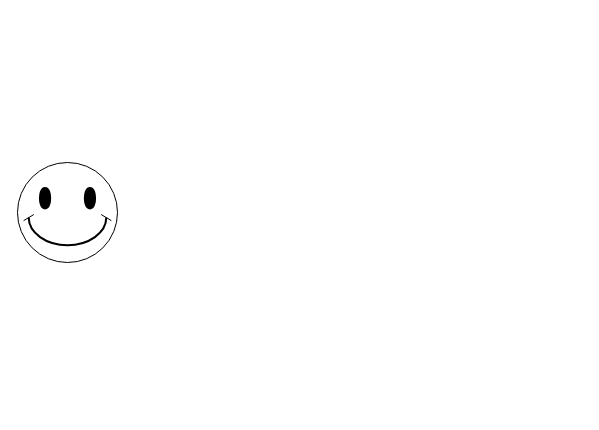
The draw.io diagram Unbenanntes Diagramm.drawio in dahoum/Nursery, before the edit. Source tidied: cells renumbered, new cells numbered last; positions are measured from the earlier drawing's top-left corner, leaving out a move shared by most shapes. Both pictures are drawn from the tidied source at 100%, with x=0, y=0 at pixel (17, 162).
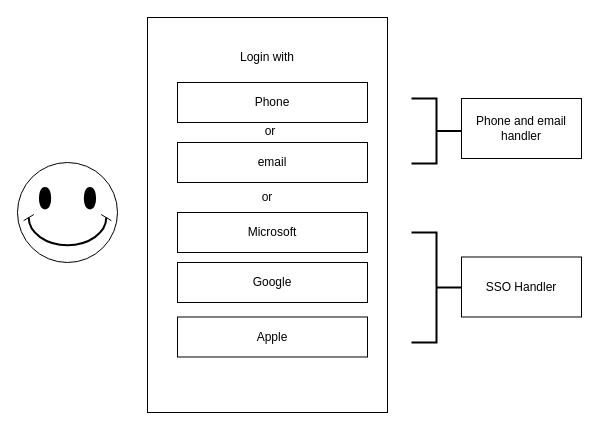
After the change.

What changed in the source:
```diff
@@
 <mxGraphModel>
   <root>
     <mxCell id="0" />
     <mxCell id="1" parent="0" />
     <mxCell id="2" style="verticalLabelPosition=bottom;verticalAlign=top;html=1;shape=mxgraph.basic.smiley;" parent="1" vertex="1">
       <mxGeometry width="100" height="100" as="geometry" />
     </mxCell>
+    <mxCell id="3" style="rounded=0;whiteSpace=wrap;html=1;" parent="1" vertex="1">
+      <mxGeometry x="130" y="-145" width="240" height="395" as="geometry" />
+    </mxCell>
+    <mxCell id="4" value="Phone" style="rounded=0;whiteSpace=wrap;html=1;" parent="1" vertex="1">
+      <mxGeometry x="160" y="-80" width="190" height="40" as="geometry" />
+    </mxCell>
+    <mxCell id="5" value="email" style="rounded=0;whiteSpace=wrap;html=1;" parent="1" vertex="1">
+      <mxGeometry x="160" y="-20" width="190" height="40" as="geometry" />
+    </mxCell>
+    <mxCell id="6" value="Microsoft" style="rounded=0;whiteSpace=wrap;html=1;" parent="1" vertex="1">
+      <mxGeometry x="160" y="50" width="190" height="40" as="geometry" />
+    </mxCell>
+    <mxCell id="7" value="Login with" style="text;html=1;align=center;verticalAlign=middle;whiteSpace=wrap;rounded=0;" parent="1" vertex="1">
+      <mxGeometry x="220" y="-120" width="60" height="30" as="geometry" />
+    </mxCell>
+    <mxCell id="8" value="or" style="text;html=1;align=center;verticalAlign=middle;whiteSpace=wrap;rounded=0;" parent="1" vertex="1">
+      <mxGeometry x="223" y="-46" width="60" height="30" as="geometry" />
+    </mxCell>
+    <mxCell id="9" value="or" style="text;html=1;align=center;verticalAlign=middle;whiteSpace=wrap;rounded=0;" parent="1" vertex="1">
+      <mxGeometry x="220" y="20" width="60" height="30" as="geometry" />
+    </mxCell>
+    <mxCell id="10" value="Google" style="rounded=0;whiteSpace=wrap;html=1;" parent="1" vertex="1">
+      <mxGeometry x="160" y="100" width="190" height="40" as="geometry" />
+    </mxCell>
+    <mxCell id="11" value="Apple" style="rounded=0;whiteSpace=wrap;html=1;" parent="1" vertex="1">
+      <mxGeometry x="160" y="154.5" width="190" height="40" as="geometry" />
+    </mxCell>
+    <mxCell id="12" style="strokeWidth=2;html=1;shape=mxgraph.flowchart.annotation_2;align=left;labelPosition=right;rotation=-180;" parent="1" vertex="1">
+      <mxGeometry x="394" y="70" width="50" height="110" as="geometry" />
+    </mxCell>
+    <mxCell id="13" value="SSO Handler" style="rounded=0;whiteSpace=wrap;html=1;" parent="1" vertex="1">
+      <mxGeometry x="444" y="94.5" width="120" height="60" as="geometry" />
+    </mxCell>
+    <mxCell id="14" style="strokeWidth=2;html=1;shape=mxgraph.flowchart.annotation_2;align=left;labelPosition=right;rotation=-180;" parent="1" vertex="1">
+      <mxGeometry x="394" y="-64" width="50" height="65" as="geometry" />
+    </mxCell>
+    <mxCell id="15" value="Phone and email handler" style="rounded=0;whiteSpace=wrap;html=1;" parent="1" vertex="1">
+      <mxGeometry x="444" y="-64" width="120" height="60" as="geometry" />
+    </mxCell>
   </root>
 </mxGraphModel>
```
